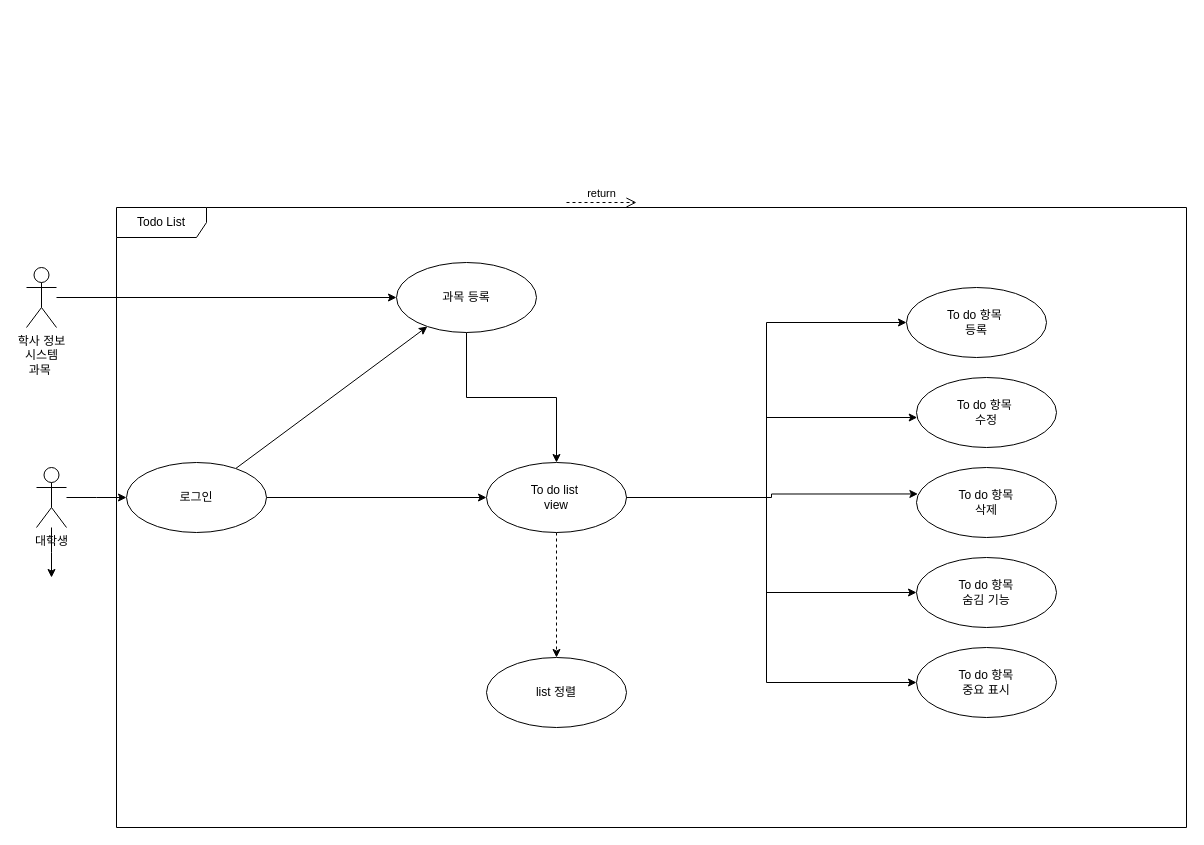
Above: doc/02_RA/Team1/To do list.drawio in eunbi-kim/24_2_W_SeProj (draw.io), before the change. Source tidied: cells renumbered, new cells numbered last; positions are measured from the earlier drawing's top-left corner, leaving out a move shared by most shapes. Both pictures are drawn from the tidied source at 100%, with x=0, y=0 at pixel (26, 202).
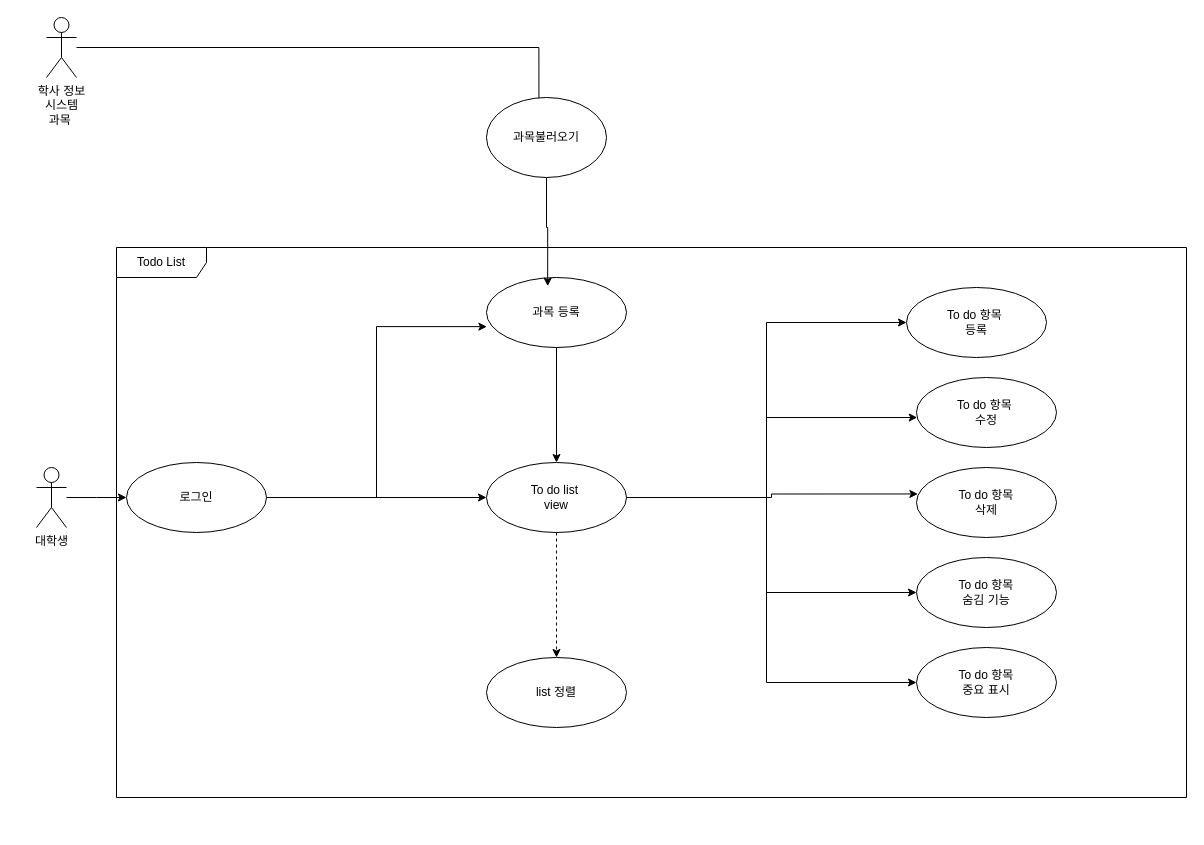
After the change.

Unchanged cells that the change refers to:
```xml
<mxCell id="4" value="대학생" style="shape=umlActor;verticalLabelPosition=bottom;verticalAlign=top;html=1;outlineConnect=0;" parent="1" vertex="1">
  <mxGeometry x="10" y="265" width="30" height="60" as="geometry" />
</mxCell>
<mxCell id="9" value="로그인" style="ellipse;whiteSpace=wrap;html=1;" parent="1" vertex="1">
  <mxGeometry x="100" y="260" width="140" height="70" as="geometry" />
</mxCell>
```

What changed in the source:
```diff
@@
-    <mxCell id="3" style="edgeStyle=orthogonalEdgeStyle;rounded=0;jettySize=auto;html=1;" parent="1" edge="1" source="4">
-      <mxGeometry relative="1" as="geometry">
-        <mxPoint x="25" y="375" as="targetPoint" />
-      </mxGeometry>
-    </mxCell>
@@
-    <mxCell id="5" style="edgeStyle=orthogonalEdgeStyle;rounded=0;jettySize=auto;html=1;" parent="1" edge="1" source="6" target="11">
-      <mxGeometry relative="1" as="geometry" />
-    </mxCell>
     <mxCell id="6" value="학사 정보&lt;div&gt;시스템&lt;/div&gt;&lt;div&gt;과목&amp;nbsp;&lt;/div&gt;" style="shape=umlActor;verticalLabelPosition=bottom;verticalAlign=top;html=1;outlineConnect=0;" parent="1" vertex="1">
-      <mxGeometry y="65" width="30" height="60" as="geometry" />
+      <mxGeometry x="20" y="-185" width="30" height="60" as="geometry" />
     </mxCell>
-    <mxCell id="7" style="rounded=0;jettySize=auto;html=1;" parent="1" edge="1" source="9" target="11">
-      <mxGeometry relative="1" as="geometry" />
-    </mxCell>
@@
     <mxCell id="11" value="과목 등록" style="ellipse;whiteSpace=wrap;html=1;" parent="1" vertex="1">
-      <mxGeometry x="370" y="60" width="140" height="70" as="geometry" />
+      <mxGeometry x="460" y="75" width="140" height="70" as="geometry" />
     </mxCell>
@@
     <mxCell id="18" value="Todo List" style="shape=umlFrame;whiteSpace=wrap;html=1;width=90;height=30;" parent="1" vertex="1">
-      <mxGeometry x="90" y="5" width="1070" height="620" as="geometry" />
+      <mxGeometry x="90" y="45" width="1070" height="550" as="geometry" />
     </mxCell>
@@
-    <mxCell id="27" value="return" style="html=1;verticalAlign=bottom;endArrow=open;dashed=1;endSize=8;curved=0;rounded=0;exitX=1;exitY=1;exitDx=0;exitDy=-5;" parent="1" edge="1">
-      <mxGeometry relative="1" as="geometry">
-        <mxPoint x="540" as="sourcePoint" />
-        <mxPoint x="610" as="targetPoint" />
-      </mxGeometry>
-    </mxCell>
@@
+    <mxCell id="29" style="edgeStyle=orthogonalEdgeStyle;rounded=0;jettySize=auto;html=1;entryX=0.437;entryY=0.124;entryDx=0;entryDy=0;entryPerimeter=0;" parent="1" edge="1" source="31" target="11">
+      <mxGeometry relative="1" as="geometry" />
+    </mxCell>
+    <mxCell id="7" style="edgeStyle=orthogonalEdgeStyle;rounded=0;jettySize=auto;html=1;entryX=0.003;entryY=0.702;entryDx=0;entryDy=0;entryPerimeter=0;" parent="1" edge="1" source="9" target="11">
+      <mxGeometry relative="1" as="geometry" />
+    </mxCell>
+    <mxCell id="30" style="edgeStyle=orthogonalEdgeStyle;rounded=0;jettySize=auto;html=1;entryX=0.437;entryY=0.124;entryDx=0;entryDy=0;entryPerimeter=0;" parent="1" edge="1" source="6" target="31">
+      <mxGeometry relative="1" as="geometry" />
+    </mxCell>
+    <mxCell id="31" value="과목불러오기" style="ellipse;whiteSpace=wrap;html=1;" parent="1" vertex="1">
+      <mxGeometry x="460" y="-105" width="120" height="80" as="geometry" />
+    </mxCell>
```
